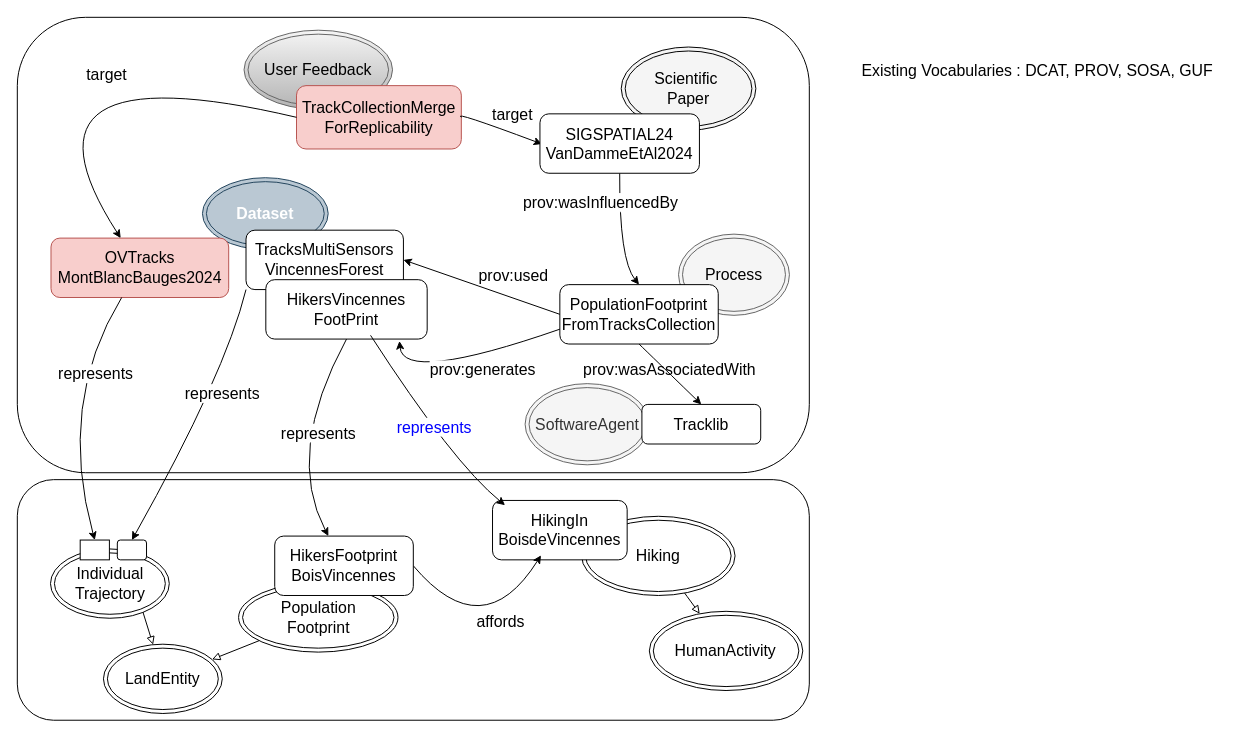
The draw.io diagram page "Fig 2 - Step 2 (User Feedback)" (7 of 9) of docs/diagrams/model_KG_article_agile.drawio in IntForOut/outdoorPressure, before the edit. Source tidied: cells renumbered, new cells numbered last; positions are measured from the earlier drawing's top-left corner, leaving out a move shared by most shapes. Both pictures are drawn from the tidied source at 99%, with x=0, y=0 at pixel (-3, 17).
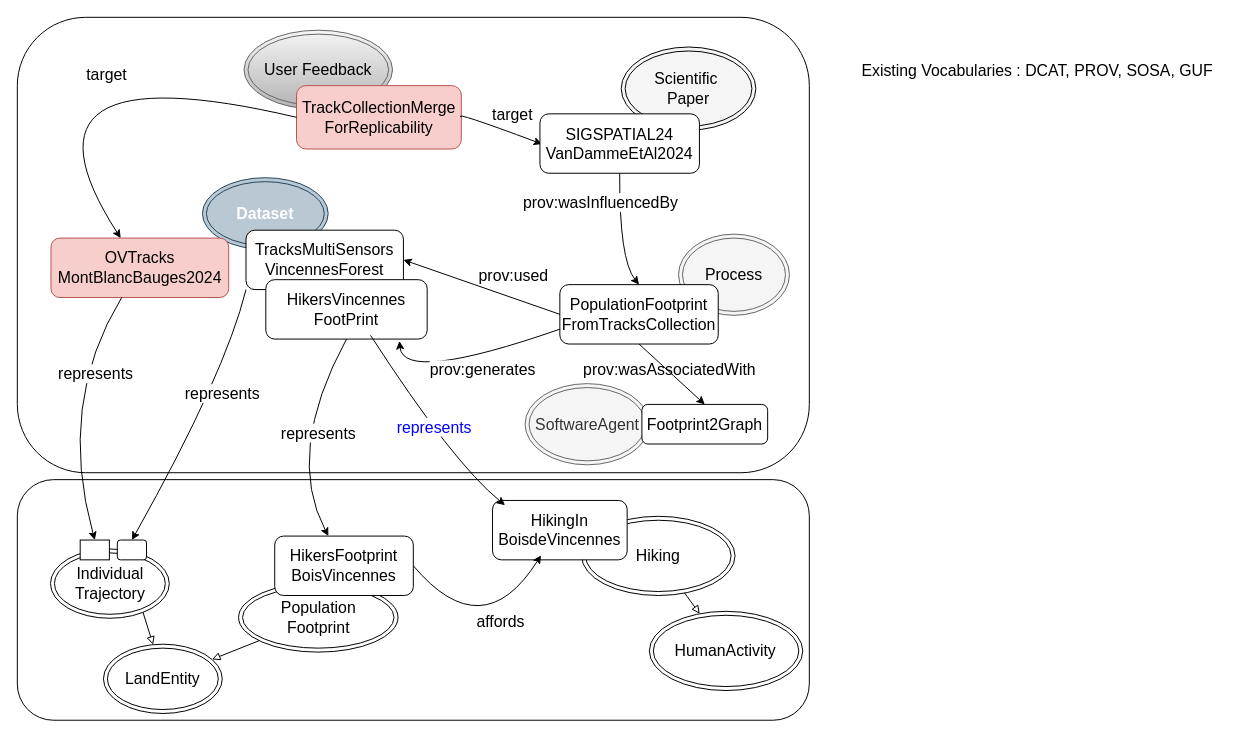
Above is the later version.

Change to the diagram source:
```diff
@@
-    <mxCell id="11" value="&lt;font&gt;Tracklib&lt;/font&gt;" style="rounded=1;whiteSpace=wrap;html=1;strokeColor=#000000;strokeWidth=1;fontSize=16;" parent="1" vertex="1">
-      <mxGeometry x="650.9" y="391" width="120" height="40" as="geometry" />
+    <mxCell id="11" value="Footprint2Graph" style="rounded=1;whiteSpace=wrap;html=1;strokeColor=#000000;strokeWidth=1;fontSize=16;" parent="1" vertex="1">
+      <mxGeometry x="650.9" y="391" width="127" height="40" as="geometry" />
     </mxCell>
```
